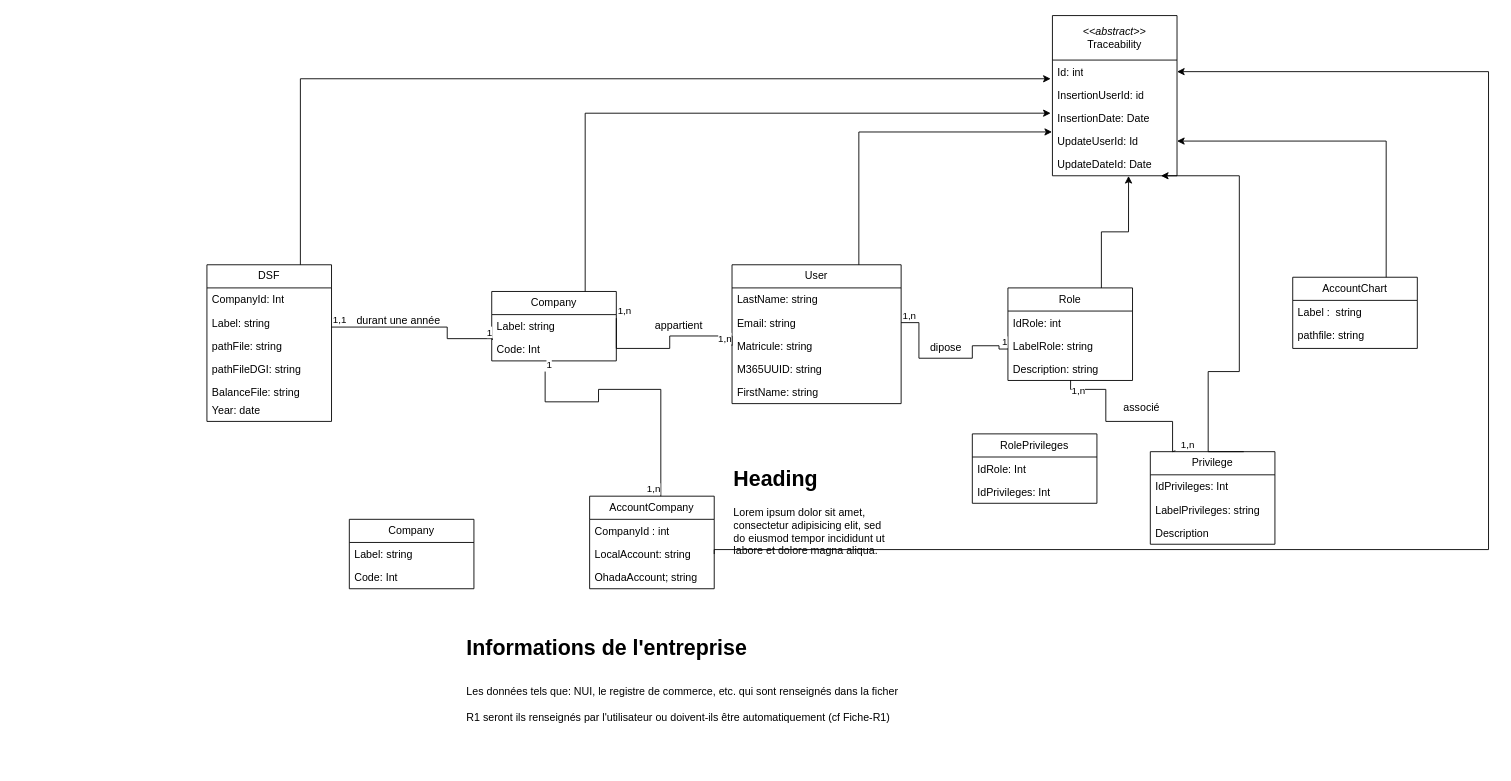
Michelle-Ngami/Conception_DSF keeps this draw.io diagram as page "Diagramme_classe" (1 of 2) of Conception_DSF.drawio. Above is the earlier version. Source tidied: cells renumbered, new cells numbered last; positions are measured from the earlier drawing's top-left corner, leaving out a move shared by most shapes. Both pictures are drawn from the tidied source at 89%, with x=0, y=0 at pixel (206, 15).
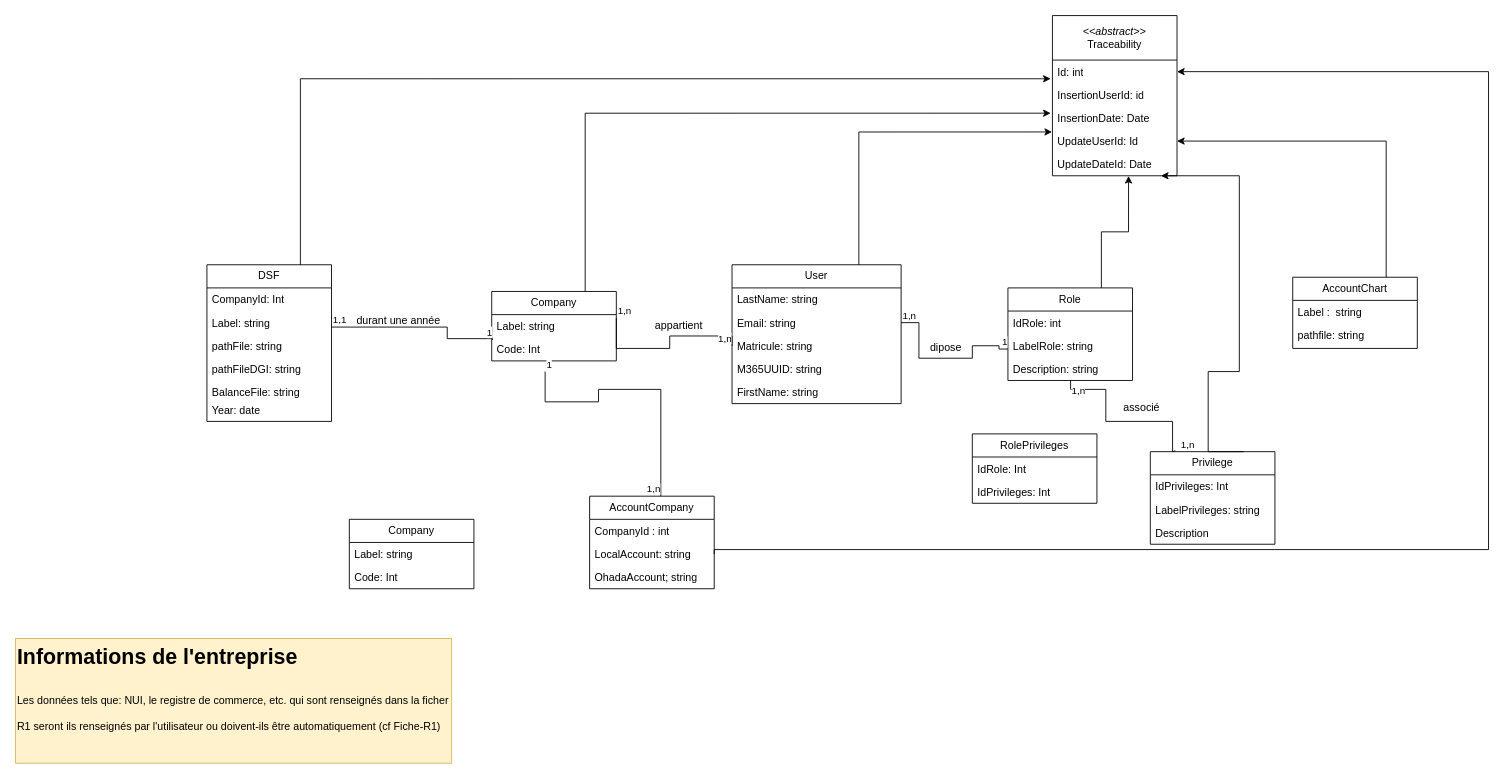
Above is the later version.

What changed in the source:
```diff
@@
-    <mxCell id="71" value="&lt;h1 style=&quot;margin-top: 0px;&quot;&gt;Heading&lt;/h1&gt;&lt;p&gt;Lorem ipsum dolor sit amet, consectetur adipisicing elit, sed do eiusmod tempor incididunt ut labore et dolore magna aliqua.&lt;/p&gt;" style="text;html=1;whiteSpace=wrap;overflow=hidden;rounded=0;" parent="1" vertex="1">
-      <mxGeometry x="590" y="500" width="180" height="120" as="geometry" />
-    </mxCell>
-    <mxCell id="72" value="&lt;h1 style=&quot;margin-top: 0px;&quot;&gt;&lt;span style=&quot;background-color: transparent; color: light-dark(rgb(0, 0, 0), rgb(255, 255, 255));&quot;&gt;Informations de l'entreprise&lt;/span&gt;&lt;/h1&gt;&lt;h1 style=&quot;margin-top: 0px;&quot;&gt;&lt;span style=&quot;background-color: transparent; color: light-dark(rgb(0, 0, 0), rgb(255, 255, 255)); font-size: 12px; font-weight: normal;&quot;&gt;Les données tels que: NUI, le registre de commerce, etc. qui sont renseignés dans la ficher R1 seront ils renseignés par l'utilisateur ou doivent-ils être automatiquement (cf Fiche-R1)&amp;nbsp;&amp;nbsp;&lt;/span&gt;&lt;/h1&gt;" style="text;html=1;whiteSpace=wrap;overflow=hidden;rounded=0;" parent="1" vertex="1">
-      <mxGeometry x="290" y="690" width="490" height="140" as="geometry" />
+    <mxCell id="72" value="&lt;h1 style=&quot;margin-top: 0px;&quot;&gt;&lt;span style=&quot;background-color: transparent; color: light-dark(rgb(0, 0, 0), rgb(255, 255, 255));&quot;&gt;Informations de l'entreprise&lt;/span&gt;&lt;/h1&gt;&lt;h1 style=&quot;margin-top: 0px;&quot;&gt;&lt;span style=&quot;background-color: transparent; color: light-dark(rgb(0, 0, 0), rgb(255, 255, 255)); font-size: 12px; font-weight: normal;&quot;&gt;Les données tels que: NUI, le registre de commerce, etc. qui sont renseignés dans la ficher R1 seront ils renseignés par l'utilisateur ou doivent-ils être automatiquement (cf Fiche-R1)&amp;nbsp;&amp;nbsp;&lt;/span&gt;&lt;/h1&gt;" style="text;html=1;whiteSpace=wrap;overflow=hidden;rounded=0;fillColor=#fff2cc;strokeColor=#d6b656;" parent="1" vertex="1">
+      <mxGeometry x="-215" y="700" width="490" height="140" as="geometry" />
     </mxCell>
```
